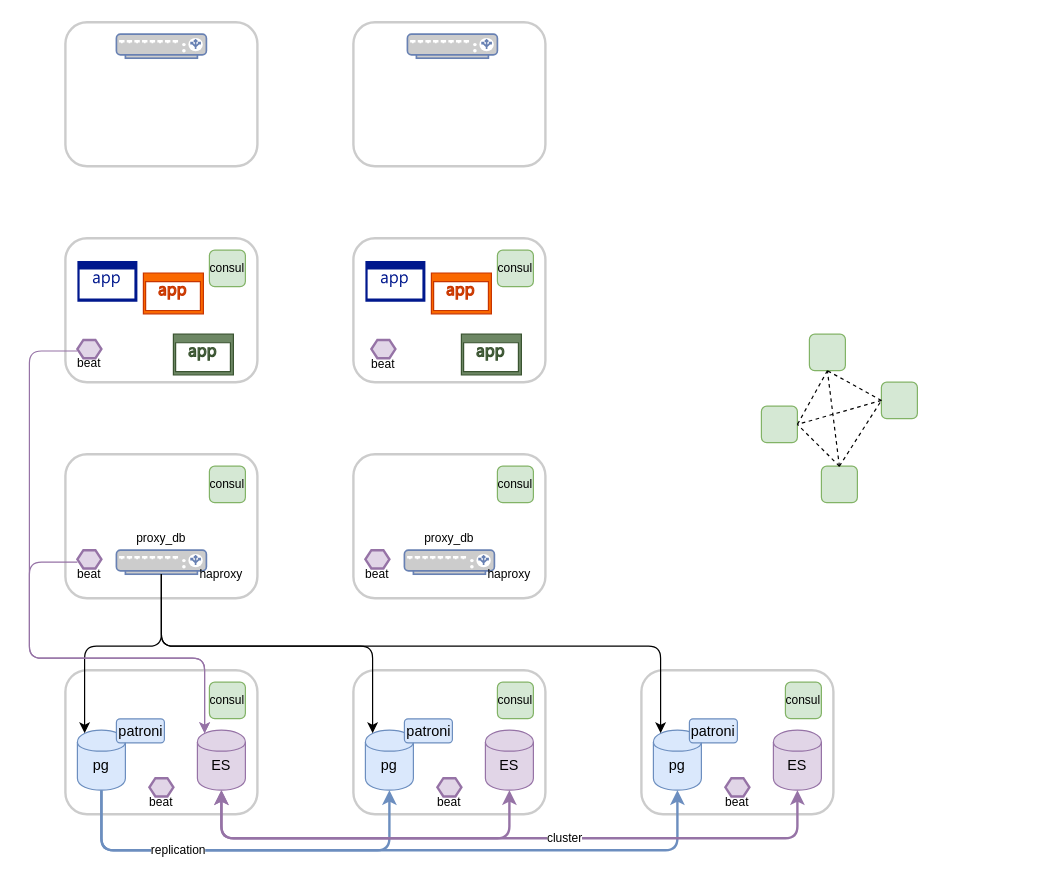
Arnauld/schema keeps this draw.io diagram as arch/deployment.drawio. Above is the earlier version. Source tidied: cells renumbered, new cells numbered last; positions are measured from the earlier drawing's top-left corner, leaving out a move shared by most shapes. Both pictures are drawn from the tidied source at 120%, with x=0, y=0 at pixel (29, 22).
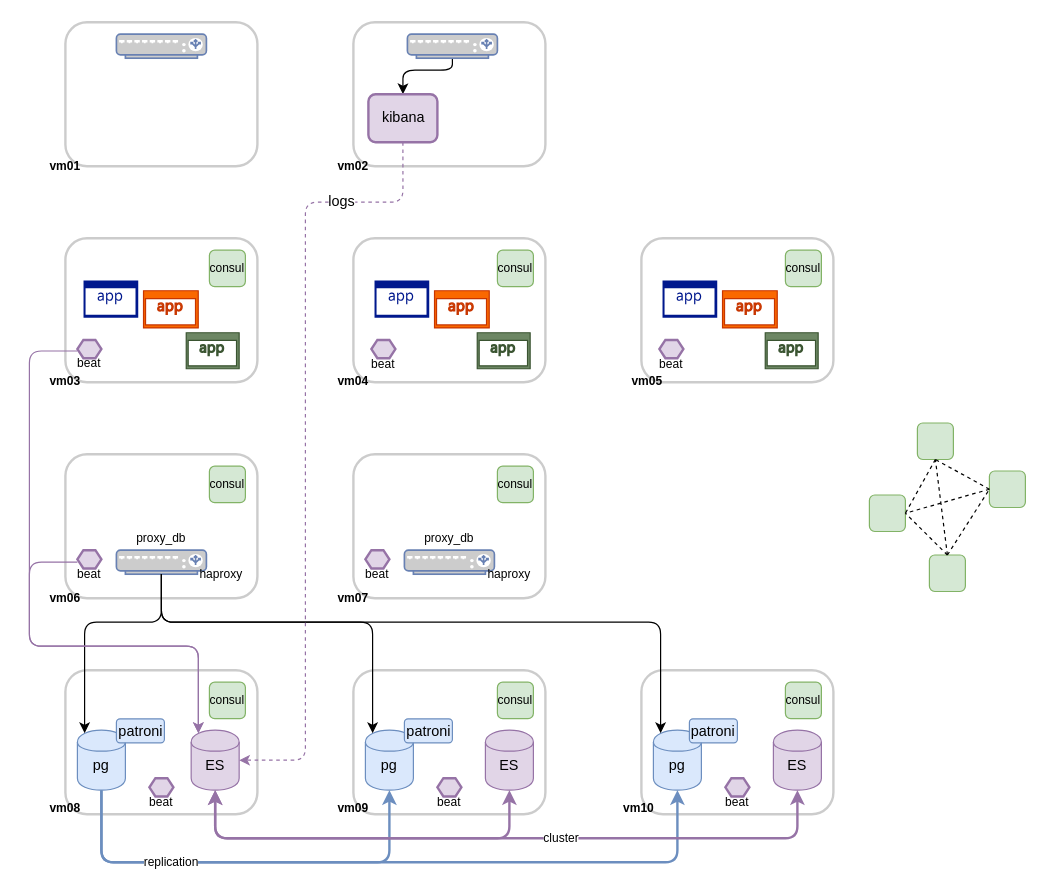
The same page after the edit.

The change refers to these unchanged cells:
```xml
<mxCell id="18" style="shape=cylinder;whiteSpace=wrap;html=1;boundedLbl=1;backgroundOutline=1;fillColor=#dae8fc;strokeColor=#6c8ebf;" parent="1" vertex="1">
  <mxGeometry x="280" y="590" width="40" height="50" as="geometry" />
</mxCell>
<mxCell id="19" style="shape=cylinder;whiteSpace=wrap;html=1;boundedLbl=1;backgroundOutline=1;fillColor=#dae8fc;strokeColor=#6c8ebf;" parent="1" vertex="1">
  <mxGeometry x="520" y="590" width="40" height="50" as="geometry" />
</mxCell>
<mxCell id="21" style="shape=cylinder;whiteSpace=wrap;html=1;boundedLbl=1;backgroundOutline=1;fillColor=#dae8fc;strokeColor=#6c8ebf;" parent="1" vertex="1">
  <mxGeometry x="40" y="590" width="40" height="50" as="geometry" />
</mxCell>
<mxCell id="23" style="shape=cylinder;whiteSpace=wrap;html=1;boundedLbl=1;backgroundOutline=1;fillColor=#e1d5e7;strokeColor=#9673a6;" parent="1" vertex="1">
  <mxGeometry x="380" y="590" width="40" height="50" as="geometry" />
</mxCell>
<mxCell id="24" style="shape=cylinder;whiteSpace=wrap;html=1;boundedLbl=1;backgroundOutline=1;fillColor=#e1d5e7;strokeColor=#9673a6;" parent="1" vertex="1">
  <mxGeometry x="620" y="590" width="40" height="50" as="geometry" />
</mxCell>
<mxCell id="29" style="fontColor=#0066CC;verticalAlign=top;verticalLabelPosition=bottom;labelPosition=center;align=center;html=1;outlineConnect=0;fillColor=#CCCCCC;strokeColor=#6881B3;gradientColor=none;gradientDirection=north;strokeWidth=2;shape=mxgraph.networks.load_balancer;" parent="1" vertex="1">
  <mxGeometry x="315" y="10" width="75" height="20" as="geometry" />
</mxCell>
<mxCell id="30" style="fontColor=#0066CC;verticalAlign=top;verticalLabelPosition=bottom;labelPosition=center;align=center;html=1;outlineConnect=0;fillColor=#CCCCCC;strokeColor=#6881B3;gradientColor=none;gradientDirection=north;strokeWidth=2;shape=mxgraph.networks.load_balancer;" parent="1" vertex="1">
  <mxGeometry x="72.5" y="440" width="75" height="20" as="geometry" />
</mxCell>
<mxCell id="79" value="beat" style="text;html=1;strokeColor=none;fillColor=none;align=center;verticalAlign=middle;whiteSpace=wrap;rounded=0;fontSize=10;" parent="1" vertex="1">
  <mxGeometry x="30" y="274" width="40" height="20" as="geometry" />
</mxCell>
<mxCell id="80" value="beat" style="text;html=1;strokeColor=none;fillColor=none;align=center;verticalAlign=middle;whiteSpace=wrap;rounded=0;fontSize=10;" parent="1" vertex="1">
  <mxGeometry x="30" y="450" width="40" height="20" as="geometry" />
</mxCell>
```

The edit, as a diff of the source:
```diff
@@
     <mxCell id="20" style="edgeStyle=orthogonalEdgeStyle;rounded=1;jettySize=auto;html=1;exitX=0.5;exitY=1;exitDx=0;exitDy=0;entryX=0.5;entryY=1;entryDx=0;entryDy=0;strokeColor=#6c8ebf;strokeWidth=2;fillColor=#dae8fc;" parent="1" edge="1" source="21" target="18">
       <mxGeometry relative="1" as="geometry">
         <Array as="points">
-          <mxPoint x="60" y="690" />
-          <mxPoint x="300" y="690" />
+          <mxPoint x="60" y="700" />
+          <mxPoint x="300" y="700" />
         </Array>
       </mxGeometry>
     </mxCell>
@@
     <mxCell id="22" style="shape=cylinder;whiteSpace=wrap;html=1;boundedLbl=1;backgroundOutline=1;fillColor=#e1d5e7;strokeColor=#9673a6;" parent="1" vertex="1">
-      <mxGeometry x="140" y="590" width="40" height="50" as="geometry" />
+      <mxGeometry x="134.8" y="590" width="40" height="50" as="geometry" />
     </mxCell>
@@
+    <mxCell id="89" style="edgeStyle=orthogonalEdgeStyle;rounded=1;jettySize=auto;html=1;exitX=0.5;exitY=1;exitDx=0;exitDy=0;exitPerimeter=0;entryX=0.5;entryY=0;entryDx=0;entryDy=0;startArrow=none;startFill=0;strokeColor=#000000;strokeWidth=1;fontSize=10;" parent="1" edge="1" source="29" target="108">
+      <mxGeometry relative="1" as="geometry">
+        <Array as="points">
+          <mxPoint x="352" y="40" />
+          <mxPoint x="311" y="40" />
+        </Array>
+      </mxGeometry>
+    </mxCell>
@@
-    <mxCell id="32" style="shadow=0;dashed=0;html=1;strokeColor=none;labelPosition=center;verticalLabelPosition=bottom;verticalAlign=top;align=center;fillColor=#00188D;shape=mxgraph.mscae.enterprise.application;" parent="1" vertex="1">
-      <mxGeometry x="40" y="199" width="50" height="34" as="geometry" />
-    </mxCell>
-    <mxCell id="33" style="shadow=0;dashed=0;html=1;strokeColor=#C73500;labelPosition=center;verticalLabelPosition=bottom;verticalAlign=top;align=center;fillColor=#fa6800;shape=mxgraph.mscae.enterprise.application;fontColor=#ffffff;" parent="1" vertex="1">
-      <mxGeometry x="95" y="209" width="50" height="34" as="geometry" />
-    </mxCell>
-    <mxCell id="34" style="shadow=0;dashed=0;html=1;strokeColor=#3A5431;labelPosition=center;verticalLabelPosition=bottom;verticalAlign=top;align=center;fillColor=#6d8764;shape=mxgraph.mscae.enterprise.application;fontColor=#ffffff;" parent="1" vertex="1">
-      <mxGeometry x="120" y="260" width="50" height="34" as="geometry" />
-    </mxCell>
     <mxCell id="35" style="shadow=0;dashed=0;html=1;strokeColor=none;labelPosition=center;verticalLabelPosition=bottom;verticalAlign=top;align=center;fillColor=#00188D;shape=mxgraph.mscae.enterprise.application;" parent="1" vertex="1">
-      <mxGeometry x="280" y="199" width="50" height="34" as="geometry" />
+      <mxGeometry x="287.6" y="215.2" width="45.6" height="31" as="geometry" />
     </mxCell>
     <mxCell id="36" style="shadow=0;dashed=0;html=1;strokeColor=#C73500;labelPosition=center;verticalLabelPosition=bottom;verticalAlign=top;align=center;fillColor=#fa6800;shape=mxgraph.mscae.enterprise.application;fontColor=#ffffff;" parent="1" vertex="1">
-      <mxGeometry x="335" y="209" width="50" height="34" as="geometry" />
+      <mxGeometry x="337.6" y="223.8" width="45.6" height="31" as="geometry" />
     </mxCell>
     <mxCell id="37" style="shadow=0;dashed=0;html=1;strokeColor=#3A5431;labelPosition=center;verticalLabelPosition=bottom;verticalAlign=top;align=center;fillColor=#6d8764;shape=mxgraph.mscae.enterprise.application;fontColor=#ffffff;" parent="1" vertex="1">
-      <mxGeometry x="360" y="260" width="50" height="34" as="geometry" />
+      <mxGeometry x="373.2" y="258.8" width="44.1" height="30" as="geometry" />
     </mxCell>
     <mxCell id="38" style="edgeStyle=segmentEdgeStyle;endArrow=classic;html=1;exitX=0.5;exitY=1;exitDx=0;exitDy=0;entryX=0.5;entryY=1;entryDx=0;entryDy=0;startArrow=classic;startFill=1;fillColor=#e1d5e7;strokeColor=#9673a6;strokeWidth=2;" parent="1" edge="1" source="22" target="23">
       <mxGeometry relative="1" as="geometry">
         <Array as="points">
-          <mxPoint x="160" y="680" />
+          <mxPoint x="155" y="680" />
           <mxPoint x="400" y="680" />
         </Array>
       </mxGeometry>
     </mxCell>
     <mxCell id="39" style="edgeStyle=segmentEdgeStyle;endArrow=classic;html=1;exitX=0.5;exitY=1;exitDx=0;exitDy=0;entryX=0.5;entryY=1;entryDx=0;entryDy=0;fillColor=#dae8fc;strokeColor=#6c8ebf;strokeWidth=2;" parent="1" edge="1" source="21" target="19">
       <mxGeometry relative="1" as="geometry">
         <Array as="points">
-          <mxPoint x="60" y="690" />
-          <mxPoint x="540" y="690" />
+          <mxPoint x="60" y="700" />
+          <mxPoint x="540" y="700" />
         </Array>
       </mxGeometry>
     </mxCell>
@@
     <mxCell id="41" style="edgeStyle=segmentEdgeStyle;endArrow=classic;html=1;exitX=0.5;exitY=1;exitDx=0;exitDy=0;entryX=0.5;entryY=1;entryDx=0;entryDy=0;startArrow=classic;startFill=1;fillColor=#e1d5e7;strokeColor=#9673a6;strokeWidth=2;" parent="1" edge="1" source="22" target="24">
       <mxGeometry relative="1" as="geometry">
         <Array as="points">
-          <mxPoint x="160" y="680" />
+          <mxPoint x="155" y="680" />
           <mxPoint x="640" y="680" />
         </Array>
       </mxGeometry>
     </mxCell>
@@
     <mxCell id="43" style="edgeStyle=elbowEdgeStyle;elbow=vertical;endArrow=classic;html=1;strokeColor=#000000;strokeWidth=1;entryX=0.15;entryY=0.05;entryDx=0;entryDy=0;entryPerimeter=0;" parent="1" edge="1" target="21">
       <mxGeometry relative="1" as="geometry">
         <mxPoint x="110" y="460" as="sourcePoint" />
         <Array as="points">
-          <mxPoint x="180" y="520" />
+          <mxPoint x="80" y="500" />
         </Array>
       </mxGeometry>
     </mxCell>
     <mxCell id="44" style="edgeStyle=elbowEdgeStyle;elbow=vertical;endArrow=classic;html=1;strokeColor=#000000;strokeWidth=1;entryX=0.15;entryY=0.05;entryDx=0;entryDy=0;entryPerimeter=0;" parent="1" edge="1" source="30" target="18">
       <mxGeometry relative="1" as="geometry">
         <Array as="points">
-          <mxPoint x="200" y="520" />
+          <mxPoint x="200" y="500" />
         </Array>
       </mxGeometry>
     </mxCell>
     <mxCell id="45" style="edgeStyle=elbowEdgeStyle;elbow=vertical;endArrow=classic;html=1;strokeColor=#000000;strokeWidth=1;entryX=0.15;entryY=0.05;entryDx=0;entryDy=0;entryPerimeter=0;" parent="1" edge="1" target="19">
       <mxGeometry relative="1" as="geometry">
         <mxPoint x="110" y="460" as="sourcePoint" />
         <Array as="points">
-          <mxPoint x="320" y="520" />
+          <mxPoint x="320" y="500" />
         </Array>
       </mxGeometry>
     </mxCell>
     <mxCell id="46" style="rounded=1;whiteSpace=wrap;html=1;fillColor=#d5e8d4;strokeColor=#82b366;" parent="1" vertex="1">
-      <mxGeometry x="650" y="260" width="30" height="30.4" as="geometry" />
+      <mxGeometry x="740" y="334" width="30" height="30.4" as="geometry" />
     </mxCell>
     <mxCell id="47" style="rounded=1;whiteSpace=wrap;html=1;fillColor=#d5e8d4;strokeColor=#82b366;" parent="1" vertex="1">
-      <mxGeometry x="610" y="320" width="30" height="30.4" as="geometry" />
+      <mxGeometry x="700" y="394" width="30" height="30.4" as="geometry" />
     </mxCell>
     <mxCell id="48" style="rounded=1;whiteSpace=wrap;html=1;fillColor=#d5e8d4;strokeColor=#82b366;" parent="1" vertex="1">
-      <mxGeometry x="660" y="370" width="30" height="30.4" as="geometry" />
+      <mxGeometry x="750" y="444" width="30" height="30.4" as="geometry" />
     </mxCell>
     <mxCell id="49" style="rounded=1;whiteSpace=wrap;html=1;fillColor=#d5e8d4;strokeColor=#82b366;" parent="1" vertex="1">
-      <mxGeometry x="710" y="300" width="30" height="30.4" as="geometry" />
+      <mxGeometry x="800" y="374" width="30" height="30.4" as="geometry" />
     </mxCell>
@@
     <mxCell id="57" value="ES" style="text;html=1;strokeColor=none;fillColor=none;align=center;verticalAlign=middle;whiteSpace=wrap;rounded=0;" parent="1" vertex="1">
-      <mxGeometry x="140" y="610" width="40" height="20" as="geometry" />
+      <mxGeometry x="134.8" y="610" width="40" height="20" as="geometry" />
     </mxCell>
@@
     <mxCell id="85" style="edgeStyle=segmentEdgeStyle;endArrow=classic;html=1;strokeColor=#9673a6;strokeWidth=1;fontSize=10;exitX=0.25;exitY=0;exitDx=0;exitDy=0;entryX=0.15;entryY=0.05;entryDx=0;entryDy=0;entryPerimeter=0;fillColor=#e1d5e7;" parent="1" edge="1" source="79" target="22">
       <mxGeometry relative="1" as="geometry">
         <Array as="points">
           <mxPoint y="274" />
-          <mxPoint y="530" />
-          <mxPoint x="146" y="530" />
+          <mxPoint y="520" />
+          <mxPoint x="141" y="520" />
         </Array>
       </mxGeometry>
     </mxCell>
     <mxCell id="86" style="edgeStyle=segmentEdgeStyle;endArrow=classic;html=1;strokeColor=#9673a6;strokeWidth=1;fontSize=10;exitX=0.25;exitY=0;exitDx=0;exitDy=0;entryX=0.15;entryY=0.05;entryDx=0;entryDy=0;entryPerimeter=0;fillColor=#e1d5e7;" parent="1" edge="1" source="80" target="22">
       <mxGeometry relative="1" as="geometry">
         <Array as="points">
           <mxPoint y="450" />
-          <mxPoint y="530" />
-          <mxPoint x="146" y="530" />
+          <mxPoint y="520" />
+          <mxPoint x="141" y="520" />
         </Array>
       </mxGeometry>
     </mxCell>
@@
+    <mxCell id="90" style="shadow=0;dashed=0;html=1;strokeColor=none;labelPosition=center;verticalLabelPosition=bottom;verticalAlign=top;align=center;fillColor=#00188D;shape=mxgraph.mscae.enterprise.application;" parent="1" vertex="1">
+      <mxGeometry x="45.1" y="215.2" width="45.6" height="31" as="geometry" />
+    </mxCell>
+    <mxCell id="91" style="shadow=0;dashed=0;html=1;strokeColor=#C73500;labelPosition=center;verticalLabelPosition=bottom;verticalAlign=top;align=center;fillColor=#fa6800;shape=mxgraph.mscae.enterprise.application;fontColor=#ffffff;" parent="1" vertex="1">
+      <mxGeometry x="95.1" y="223.8" width="45.6" height="31" as="geometry" />
+    </mxCell>
+    <mxCell id="92" style="shadow=0;dashed=0;html=1;strokeColor=#3A5431;labelPosition=center;verticalLabelPosition=bottom;verticalAlign=top;align=center;fillColor=#6d8764;shape=mxgraph.mscae.enterprise.application;fontColor=#ffffff;" parent="1" vertex="1">
+      <mxGeometry x="130.7" y="258.8" width="44.1" height="30" as="geometry" />
+    </mxCell>
+    <mxCell id="93" style="rounded=1;whiteSpace=wrap;html=1;strokeColor=#CCCCCC;strokeWidth=2;" parent="1" vertex="1">
+      <mxGeometry x="510" y="180" width="160" height="120" as="geometry" />
+    </mxCell>
+    <mxCell id="94" style="rounded=1;whiteSpace=wrap;html=1;fillColor=#d5e8d4;strokeColor=#82b366;" parent="1" vertex="1">
+      <mxGeometry x="630" y="190" width="30" height="30.4" as="geometry" />
+    </mxCell>
+    <mxCell id="95" style="shadow=0;dashed=0;html=1;strokeColor=none;labelPosition=center;verticalLabelPosition=bottom;verticalAlign=top;align=center;fillColor=#00188D;shape=mxgraph.mscae.enterprise.application;" parent="1" vertex="1">
+      <mxGeometry x="527.6" y="215.2" width="45.6" height="31" as="geometry" />
+    </mxCell>
+    <mxCell id="96" style="shadow=0;dashed=0;html=1;strokeColor=#C73500;labelPosition=center;verticalLabelPosition=bottom;verticalAlign=top;align=center;fillColor=#fa6800;shape=mxgraph.mscae.enterprise.application;fontColor=#ffffff;" parent="1" vertex="1">
+      <mxGeometry x="577.6" y="223.8" width="45.6" height="31" as="geometry" />
+    </mxCell>
+    <mxCell id="97" style="shadow=0;dashed=0;html=1;strokeColor=#3A5431;labelPosition=center;verticalLabelPosition=bottom;verticalAlign=top;align=center;fillColor=#6d8764;shape=mxgraph.mscae.enterprise.application;fontColor=#ffffff;" parent="1" vertex="1">
+      <mxGeometry x="613.2" y="258.8" width="44.1" height="30" as="geometry" />
+    </mxCell>
+    <mxCell id="98" value="consul" style="text;html=1;strokeColor=none;fillColor=none;align=center;verticalAlign=middle;whiteSpace=wrap;rounded=0;fontSize=10;" parent="1" vertex="1">
+      <mxGeometry x="625" y="195.2" width="40" height="20" as="geometry" />
+    </mxCell>
+    <mxCell id="99" style="shape=hexagon;perimeter=hexagonPerimeter2;whiteSpace=wrap;html=1;strokeColor=#9673a6;strokeWidth=2;fontSize=10;fillColor=#e1d5e7;" parent="1" vertex="1">
+      <mxGeometry x="525" y="264.8" width="20" height="15.2" as="geometry" />
+    </mxCell>
+    <mxCell id="100" value="beat" style="text;html=1;strokeColor=none;fillColor=none;align=center;verticalAlign=middle;whiteSpace=wrap;rounded=0;fontSize=10;" parent="1" vertex="1">
+      <mxGeometry x="515" y="275.2" width="40" height="20" as="geometry" />
+    </mxCell>
+    <mxCell id="101" value="vm01" style="text;html=1;strokeColor=none;fillColor=none;align=center;verticalAlign=middle;whiteSpace=wrap;rounded=0;fontSize=10;fontStyle=1;" parent="1" vertex="1">
+      <mxGeometry x="10" y="110" width="40" height="20" as="geometry" />
+    </mxCell>
+    <mxCell id="102" value="vm02" style="text;html=1;strokeColor=none;fillColor=none;align=center;verticalAlign=middle;whiteSpace=wrap;rounded=0;fontSize=10;fontStyle=1;" parent="1" vertex="1">
+      <mxGeometry x="250" y="110" width="40" height="20" as="geometry" />
+    </mxCell>
+    <mxCell id="103" value="vm03" style="text;html=1;strokeColor=none;fillColor=none;align=center;verticalAlign=middle;whiteSpace=wrap;rounded=0;fontSize=10;fontStyle=1;" parent="1" vertex="1">
+      <mxGeometry x="10" y="288.8" width="40" height="20" as="geometry" />
+    </mxCell>
+    <mxCell id="104" value="vm04" style="text;html=1;strokeColor=none;fillColor=none;align=center;verticalAlign=middle;whiteSpace=wrap;rounded=0;fontSize=10;fontStyle=1;" parent="1" vertex="1">
+      <mxGeometry x="250" y="288.8" width="40" height="20" as="geometry" />
+    </mxCell>
+    <mxCell id="105" value="vm05" style="text;html=1;strokeColor=none;fillColor=none;align=center;verticalAlign=middle;whiteSpace=wrap;rounded=0;fontSize=10;fontStyle=1;" parent="1" vertex="1">
+      <mxGeometry x="495" y="288.8" width="40" height="20" as="geometry" />
+    </mxCell>
+    <mxCell id="106" style="edgeStyle=orthogonalEdgeStyle;rounded=1;jettySize=auto;html=1;exitX=0.5;exitY=1;exitDx=0;exitDy=0;startArrow=none;startFill=0;strokeColor=#9673a6;strokeWidth=1;fontSize=10;fillColor=#e1d5e7;dashed=1;" parent="1" edge="1" source="108" target="57">
+      <mxGeometry relative="1" as="geometry">
+        <Array as="points">
+          <mxPoint x="311" y="150" />
+          <mxPoint x="230" y="150" />
+          <mxPoint x="230" y="615" />
+        </Array>
+      </mxGeometry>
+    </mxCell>
+    <mxCell id="107" value="logs" style="edgeLabel;html=1;align=center;verticalAlign=middle;fontSize=12;" parent="106" vertex="1">
+      <mxGeometry x="-0.85" y="-20" relative="1" as="geometry">
+        <mxPoint x="-31.3" y="0.6" as="offset" />
+      </mxGeometry>
+    </mxCell>
+    <mxCell id="108" value="kibana" style="rounded=1;whiteSpace=wrap;html=1;strokeColor=#9673a6;strokeWidth=2;fontSize=12;fillColor=#e1d5e7;" parent="1" vertex="1">
+      <mxGeometry x="282.5" y="60" width="57.5" height="40" as="geometry" />
+    </mxCell>
+    <mxCell id="109" value="vm06" style="text;html=1;strokeColor=none;fillColor=none;align=center;verticalAlign=middle;whiteSpace=wrap;rounded=0;fontSize=10;fontStyle=1;" parent="1" vertex="1">
+      <mxGeometry x="10" y="470" width="40" height="20" as="geometry" />
+    </mxCell>
+    <mxCell id="110" value="vm07" style="text;html=1;strokeColor=none;fillColor=none;align=center;verticalAlign=middle;whiteSpace=wrap;rounded=0;fontSize=10;fontStyle=1;" parent="1" vertex="1">
+      <mxGeometry x="250" y="470" width="40" height="20" as="geometry" />
+    </mxCell>
+    <mxCell id="111" value="vm08" style="text;html=1;strokeColor=none;fillColor=none;align=center;verticalAlign=middle;whiteSpace=wrap;rounded=0;fontSize=10;fontStyle=1;" parent="1" vertex="1">
+      <mxGeometry x="10" y="645.2" width="40" height="20" as="geometry" />
+    </mxCell>
+    <mxCell id="112" value="vm09" style="text;html=1;strokeColor=none;fillColor=none;align=center;verticalAlign=middle;whiteSpace=wrap;rounded=0;fontSize=10;fontStyle=1;" parent="1" vertex="1">
+      <mxGeometry x="250" y="645.2" width="40" height="20" as="geometry" />
+    </mxCell>
+    <mxCell id="113" value="vm10" style="text;html=1;strokeColor=none;fillColor=none;align=center;verticalAlign=middle;whiteSpace=wrap;rounded=0;fontSize=10;fontStyle=1;" parent="1" vertex="1">
+      <mxGeometry x="487.6" y="645.2" width="40" height="20" as="geometry" />
+    </mxCell>
```
